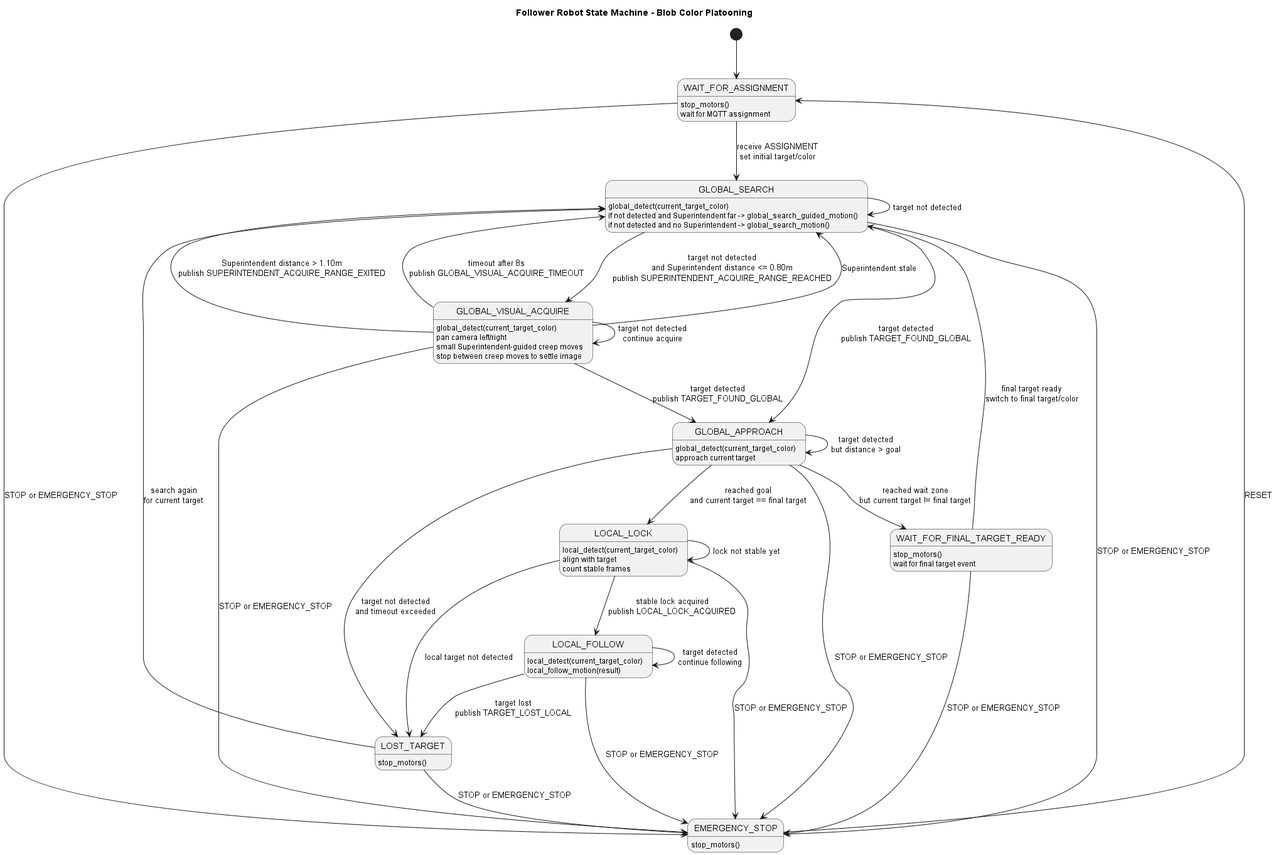
Miguel477713/Platooning-project keeps this PlantUML diagram as mqtt/plantuml_state_machine.png. Above is the earlier version.
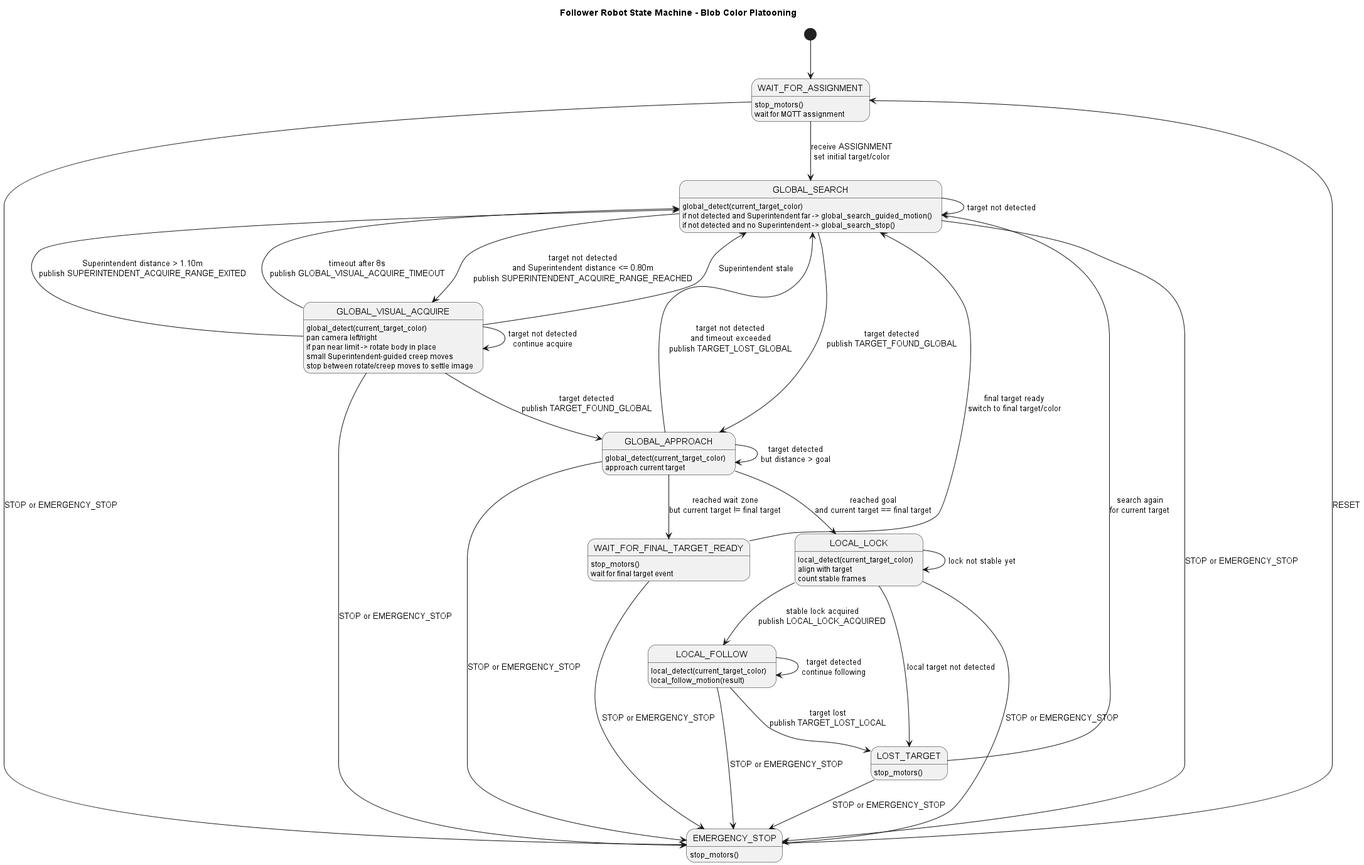
The same file after the commit.

Commit message:
SUPERINTENDENT impl., PAN during VISUAL_ACQUIRE

Change to the diagram source:
```diff
@@ -11,15 +11,16 @@
 
 GLOBAL_SEARCH : global_detect(current_target_color)
 GLOBAL_SEARCH : if not detected and Superintendent far -> global_search_guided_motion()
-GLOBAL_SEARCH : if not detected and no Superintendent -> global_search_motion()
+GLOBAL_SEARCH : if not detected and no Superintendent -> global_search_stop()
 GLOBAL_SEARCH --> GLOBAL_APPROACH : target detected\npublish TARGET_FOUND_GLOBAL
 GLOBAL_SEARCH --> GLOBAL_VISUAL_ACQUIRE : target not detected\nand Superintendent distance <= 0.80m\npublish SUPERINTENDENT_ACQUIRE_RANGE_REACHED
 GLOBAL_SEARCH --> GLOBAL_SEARCH : target not detected
 
 GLOBAL_VISUAL_ACQUIRE : global_detect(current_target_color)
 GLOBAL_VISUAL_ACQUIRE : pan camera left/right
+GLOBAL_VISUAL_ACQUIRE : if pan near limit -> rotate body in place
 GLOBAL_VISUAL_ACQUIRE : small Superintendent-guided creep moves
-GLOBAL_VISUAL_ACQUIRE : stop between creep moves to settle image
+GLOBAL_VISUAL_ACQUIRE : stop between rotate/creep moves to settle image
 GLOBAL_VISUAL_ACQUIRE --> GLOBAL_APPROACH : target detected\npublish TARGET_FOUND_GLOBAL
 GLOBAL_VISUAL_ACQUIRE --> GLOBAL_SEARCH : Superintendent stale
 GLOBAL_VISUAL_ACQUIRE --> GLOBAL_SEARCH : Superintendent distance > 1.10m\npublish SUPERINTENDENT_ACQUIRE_RANGE_EXITED
@@ -28,7 +29,7 @@
 
 GLOBAL_APPROACH : global_detect(current_target_color)
 GLOBAL_APPROACH : approach current target
-GLOBAL_APPROACH --> LOST_TARGET : target not detected\nand timeout exceeded
+GLOBAL_APPROACH --> GLOBAL_SEARCH : target not detected\nand timeout exceeded\npublish TARGET_LOST_GLOBAL
 GLOBAL_APPROACH --> GLOBAL_APPROACH : target detected\nbut distance > goal
 GLOBAL_APPROACH --> LOCAL_LOCK : reached goal\nand current target == final target
 GLOBAL_APPROACH --> WAIT_FOR_FINAL_TARGET_READY : reached wait zone\nbut current target != final target
```
